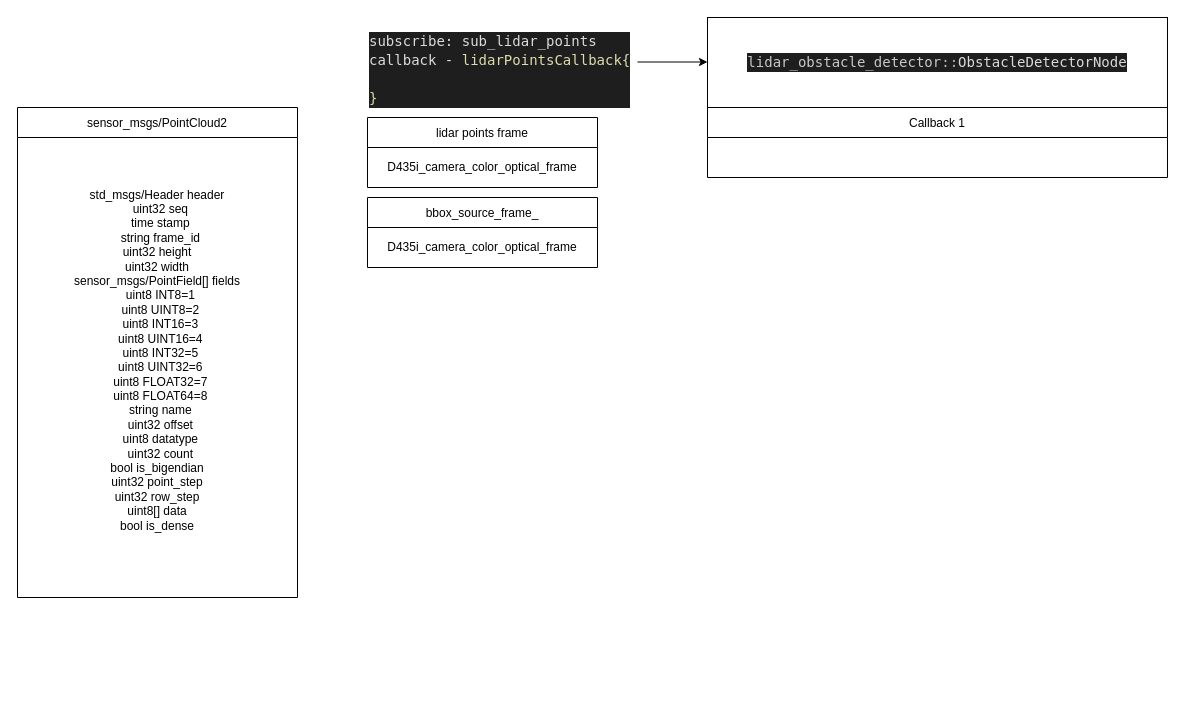
muzi2018/lidar_obstacle_detector keeps this draw.io diagram as doc/code.drawio. Above is the earlier version. Source tidied: cells renumbered, new cells numbered last; positions are measured from the earlier drawing's top-left corner, leaving out a move shared by most shapes. Both pictures are drawn from the tidied source at 100%, with x=0, y=0 at pixel (17, 17).
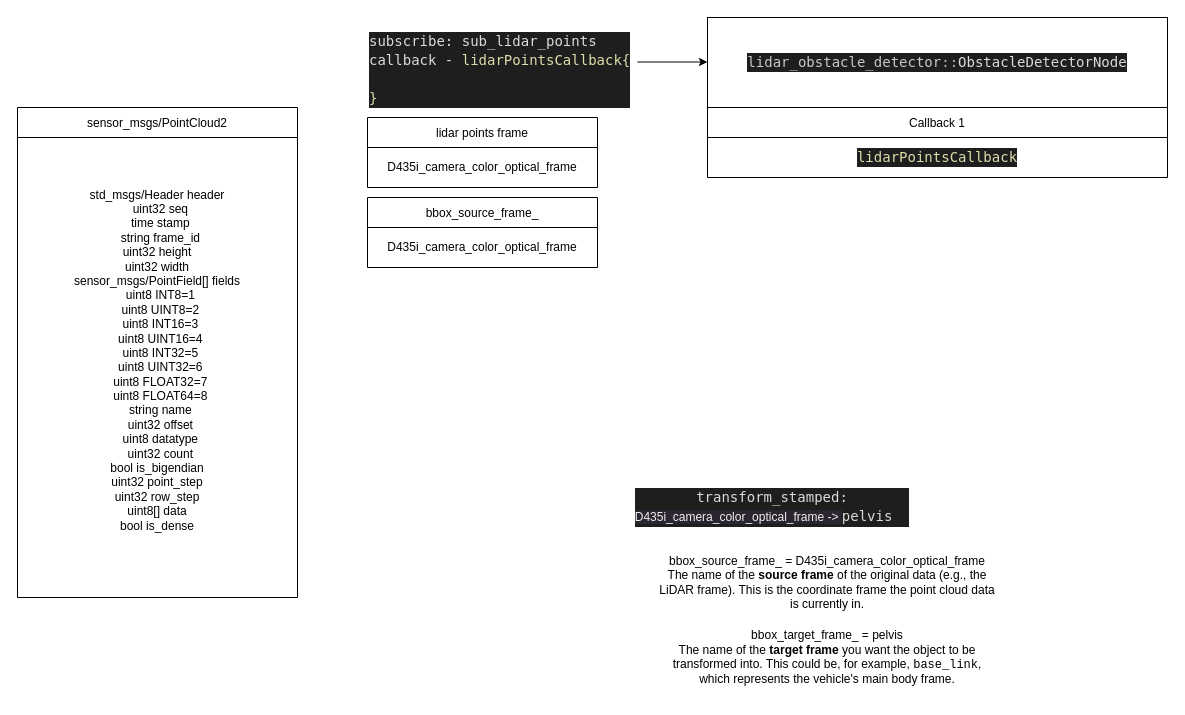
Above is the later version.

Unchanged cells that the change refers to:
```xml
<mxCell id="15" style="shape=tableRow;horizontal=0;startSize=0;swimlaneHead=0;swimlaneBody=0;top=0;left=0;bottom=0;right=0;fillColor=none;" parent="14" vertex="1">
  <mxGeometry y="30" width="460" height="40" as="geometry" />
</mxCell>
```

Diff of the diagram source:
```diff
@@
-    <mxCell id="16" style="shape=partialRectangle;html=1;whiteSpace=wrap;overflow=hidden;fillColor=none;top=0;left=0;bottom=0;right=0;" parent="15" vertex="1">
+    <mxCell id="16" value="&lt;div style=&quot;color: rgb(218, 218, 218); background-color: rgb(30, 30, 30); font-family: &amp;quot;Droid Sans Mono&amp;quot;, &amp;quot;monospace&amp;quot;, monospace; font-size: 14px; line-height: 19px;&quot;&gt;&lt;span style=&quot;color: #dcdcaa;&quot;&gt;lidarPointsCallback&lt;/span&gt;&lt;/div&gt;" style="shape=partialRectangle;html=1;whiteSpace=wrap;overflow=hidden;fillColor=none;top=0;left=0;bottom=0;right=0;" parent="15" vertex="1">
       <mxGeometry width="460" height="40" as="geometry" />
     </mxCell>
+    <mxCell id="17" value="bbox_source_frame_ = D435i_camera_color_optical_frame&lt;br&gt;The name of the &lt;strong&gt;source frame&lt;/strong&gt; of the original data (e.g., the LiDAR frame). This is the coordinate frame the point cloud data is currently in." style="text;html=1;strokeColor=none;fillColor=none;align=center;verticalAlign=middle;whiteSpace=wrap;rounded=0;" parent="1" vertex="1">
+      <mxGeometry x="640" y="520" width="340" height="90" as="geometry" />
+    </mxCell>
+    <mxCell id="18" value="bbox_target_frame_ = pelvis&lt;br&gt;The name of the &lt;strong&gt;target frame&lt;/strong&gt; you want the object to be transformed into. This could be, for example, &lt;code&gt;base_link&lt;/code&gt;, which represents the vehicle's main body frame." style="text;html=1;strokeColor=none;fillColor=none;align=center;verticalAlign=middle;whiteSpace=wrap;rounded=0;" parent="1" vertex="1">
+      <mxGeometry x="640" y="600" width="340" height="80" as="geometry" />
+    </mxCell>
+    <mxCell id="19" value="&lt;div style=&quot;color: rgb(218, 218, 218); background-color: rgb(30, 30, 30); font-family: &amp;quot;Droid Sans Mono&amp;quot;, &amp;quot;monospace&amp;quot;, monospace; font-size: 14px; line-height: 19px;&quot;&gt;transform_stamped: &lt;br&gt;&lt;span style=&quot;color: rgb(240, 240, 240); font-family: Helvetica; font-size: 12px; background-color: rgb(42, 37, 47);&quot;&gt;D435i_camera_color_optical_frame -&amp;gt;&amp;nbsp;&lt;/span&gt;pelvis&amp;nbsp;&amp;nbsp;&lt;/div&gt;" style="text;html=1;strokeColor=none;fillColor=none;align=center;verticalAlign=middle;whiteSpace=wrap;rounded=0;" parent="1" vertex="1">
+      <mxGeometry x="510" y="460" width="490" height="60" as="geometry" />
+    </mxCell>
```
